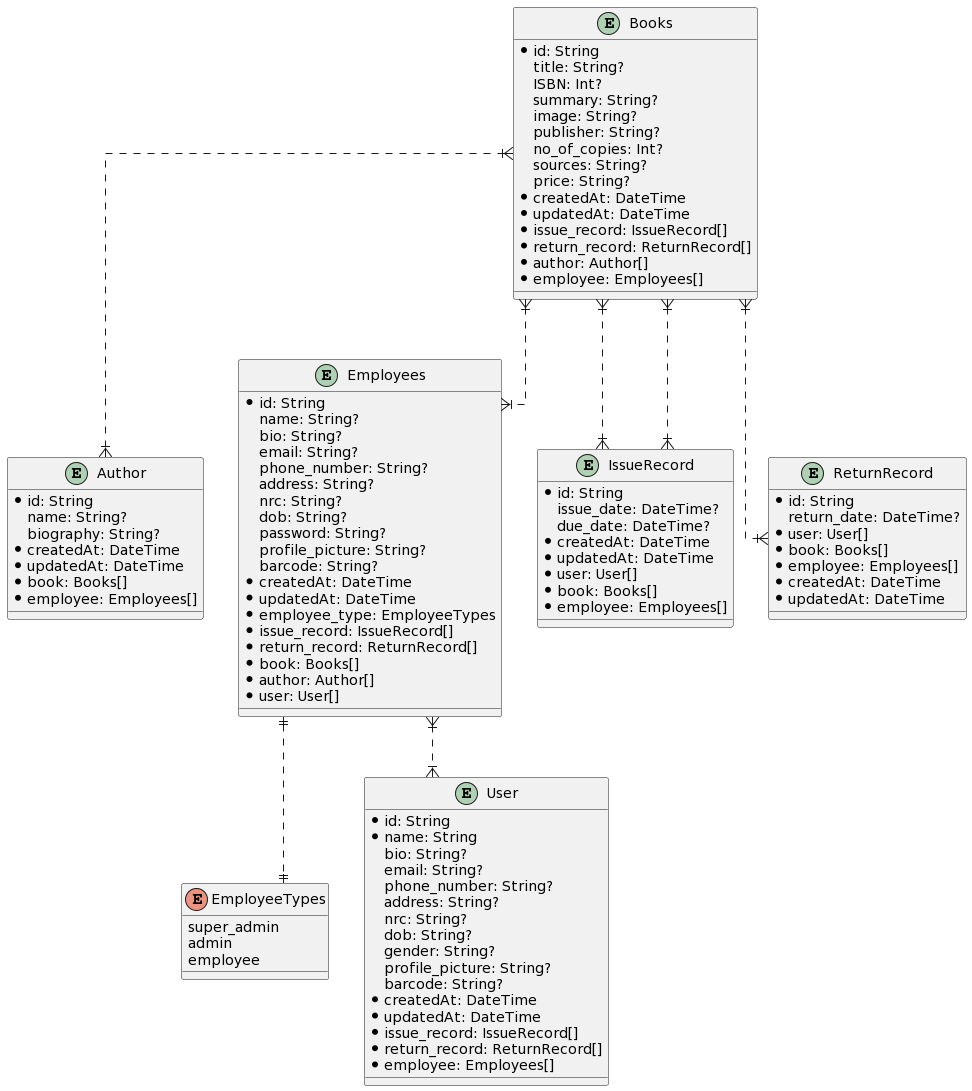
The PlantUML diagram server/databaseDesign.png in ARKAR-PHYO/library_management_system_be, before a commit.
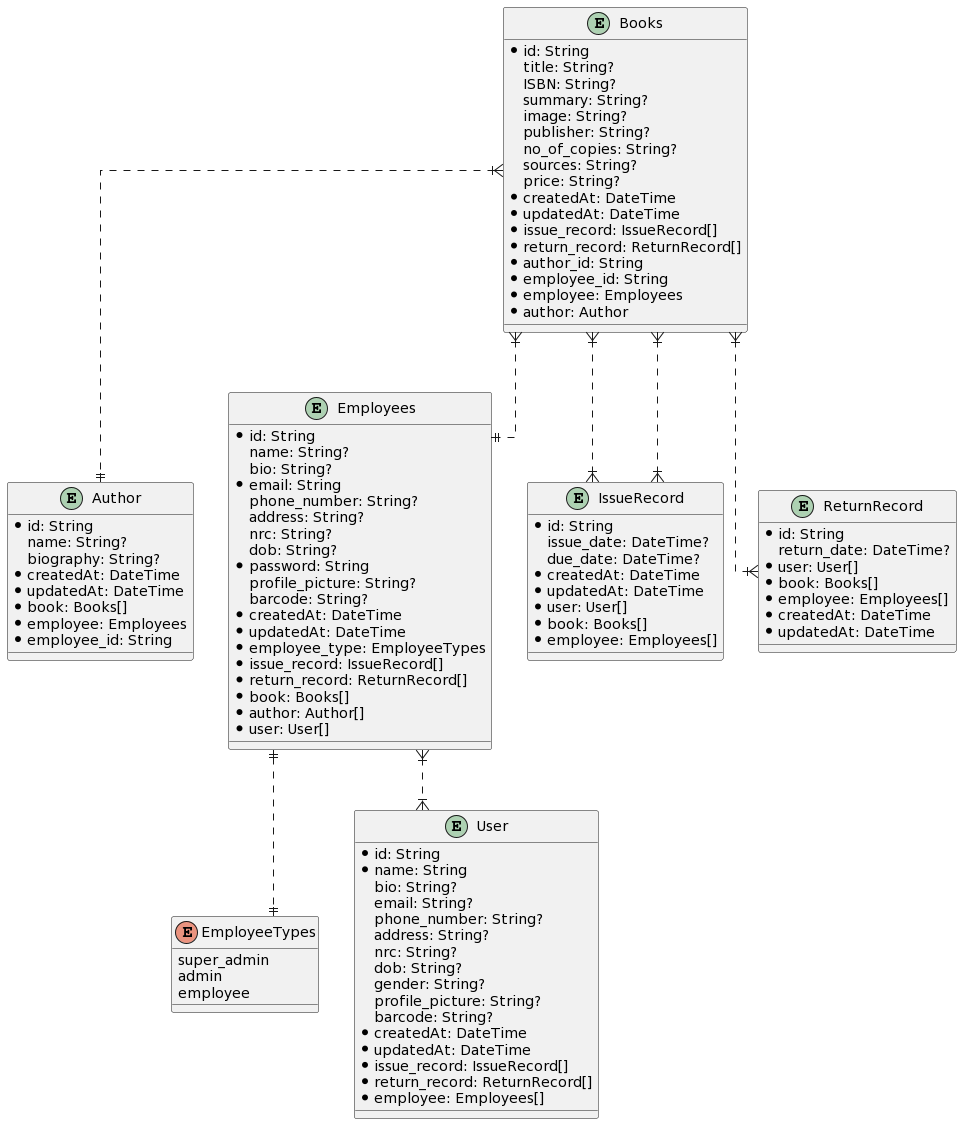
After the commit.

Diff of the diagram source:
```diff
@@ -10,19 +10,21 @@
 entity Books {
   * id: String
   title: String?
-  ISBN: Int?
+  ISBN: String?
   summary: String?
   image: String?
   publisher: String?
-  no_of_copies: Int?
+  no_of_copies: String?
   sources: String?
   price: String?
   * createdAt: DateTime
   * updatedAt: DateTime
   * issue_record: IssueRecord[]
   * return_record: ReturnRecord[]
-  * author: Author[]
-  * employee: Employees[]
+  * author_id: String
+  * employee_id: String
+  * employee: Employees
+  * author: Author
 }
 
 entity Author {
@@ -32,19 +34,20 @@
   * createdAt: DateTime
   * updatedAt: DateTime
   * book: Books[]
-  * employee: Employees[]
+  * employee: Employees
+  * employee_id: String
 }
 
 entity Employees {
   * id: String
   name: String?
   bio: String?
-  email: String?
+  * email: String
   phone_number: String?
   address: String?
   nrc: String?
   dob: String?
-  password: String?
+  * password: String
   profile_picture: String?
   barcode: String?
   * createdAt: DateTime
@@ -98,8 +101,8 @@
 }
 
 Books }|..|{ IssueRecord
-Books }|..|{ Author
-Books }|..|{ Employees
+Books }|..|| Author
+Books }|..|| Employees
 Employees }|..|{ User
 Books }|..|{ IssueRecord
 Books }|..|{ ReturnRecord
```
